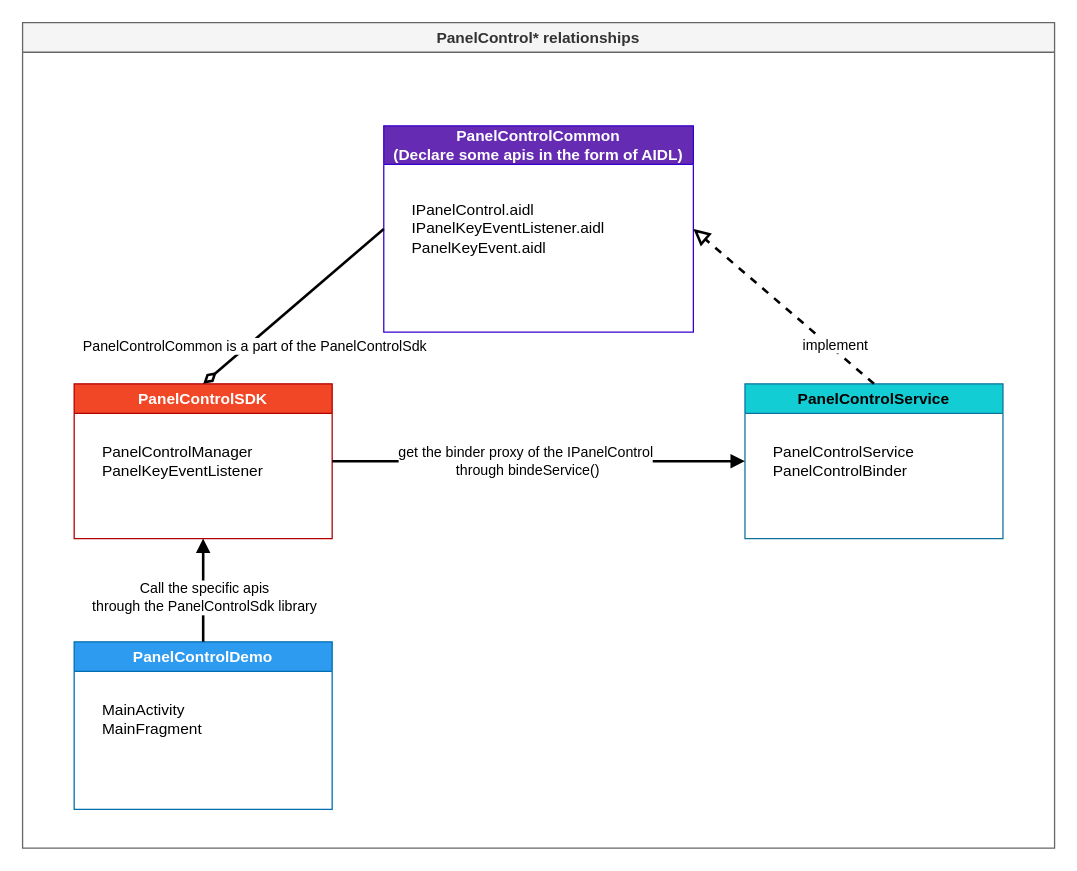
Earlier version of the draw.io diagram PanelControl* dependency.drawio (windboat/draw.io). Source tidied: cells renumbered, new cells numbered last; positions are measured from the earlier drawing's top-left corner, leaving out a move shared by most shapes. Both pictures are drawn from the tidied source at 129%, with x=0, y=0 at pixel (22, 22).
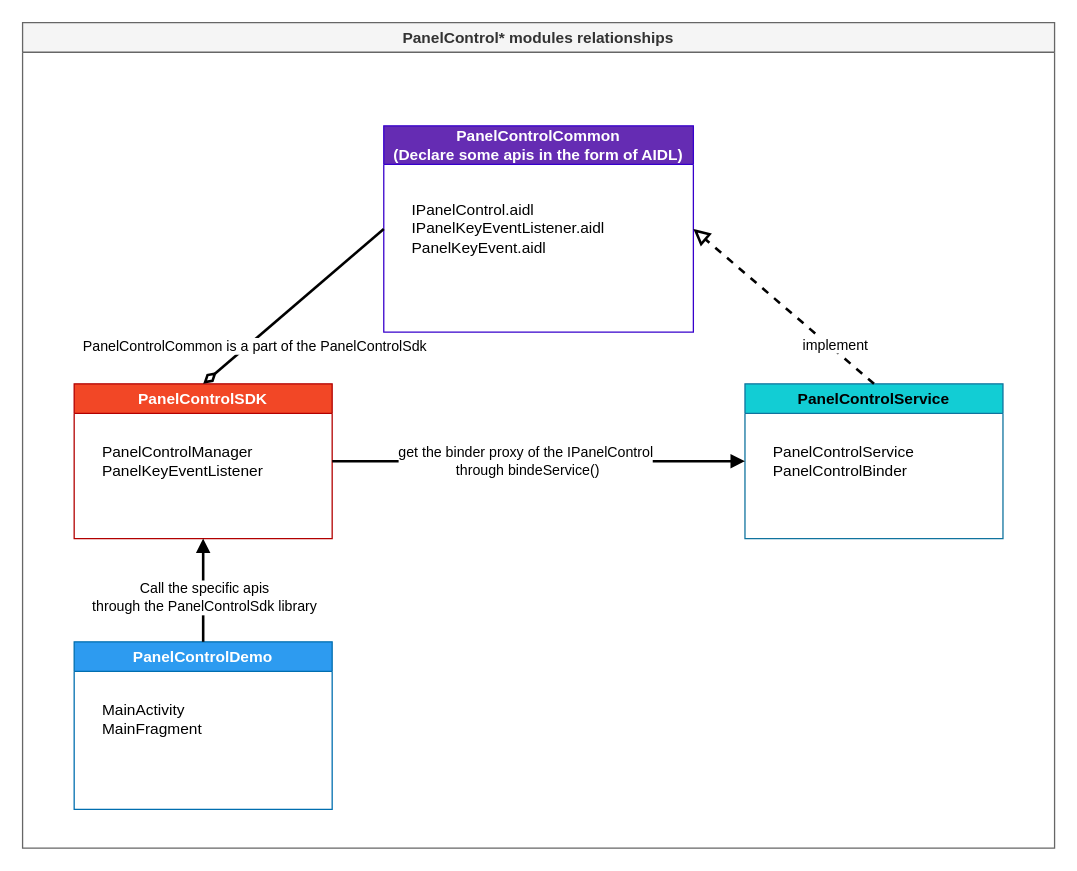
The same page after the edit.

Change to the diagram source:
```diff
@@
-    <mxCell id="2" value="PanelControl* relationships" style="swimlane;whiteSpace=wrap;html=1;fillColor=#f5f5f5;fontColor=#333333;strokeColor=#666666;" parent="1" vertex="1">
+    <mxCell id="2" value="PanelControl* modules relationships" style="swimlane;whiteSpace=wrap;html=1;fillColor=#f5f5f5;fontColor=#333333;strokeColor=#666666;" parent="1" vertex="1">
       <mxGeometry width="800" height="640" as="geometry" />
     </mxCell>
```
